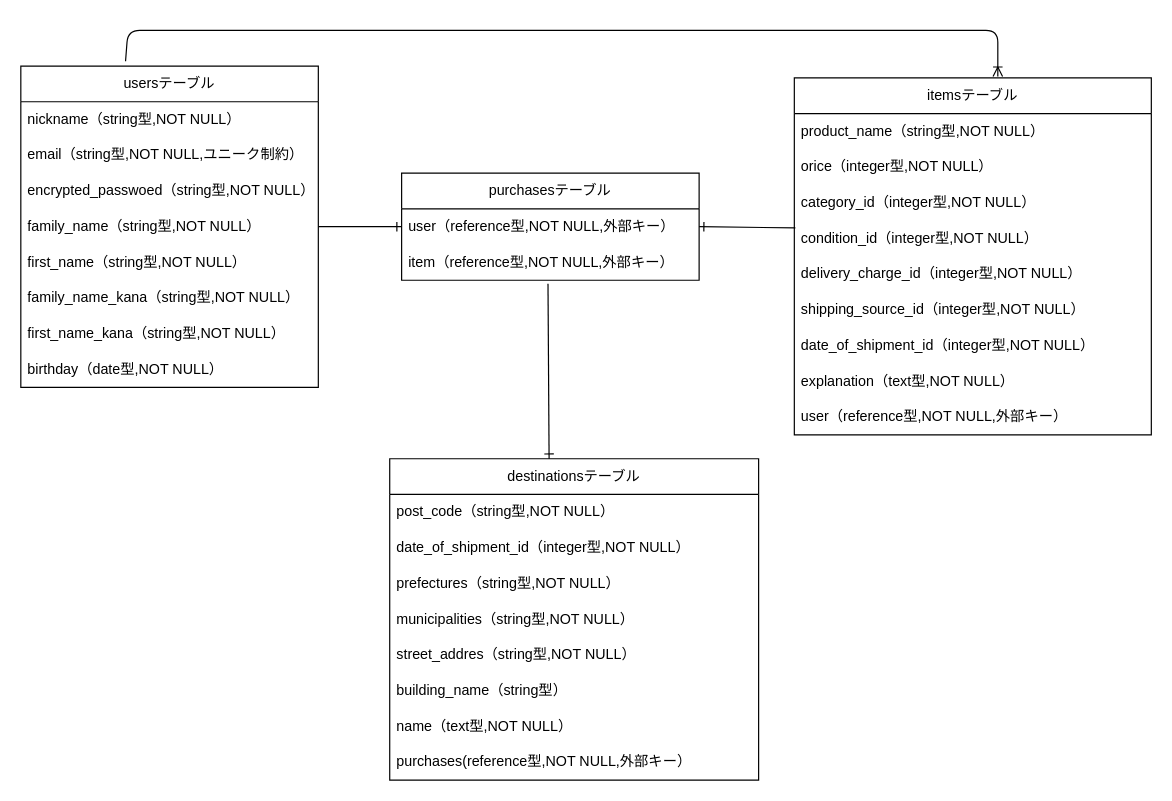
The draw.io diagram test.dio in i-v-mii/furima-40333, before the edit. Source tidied: cells renumbered, new cells numbered last; positions are measured from the earlier drawing's top-left corner, leaving out a move shared by most shapes. Both pictures are drawn from the tidied source at 119%, with x=0, y=0 at pixel (20, 30).
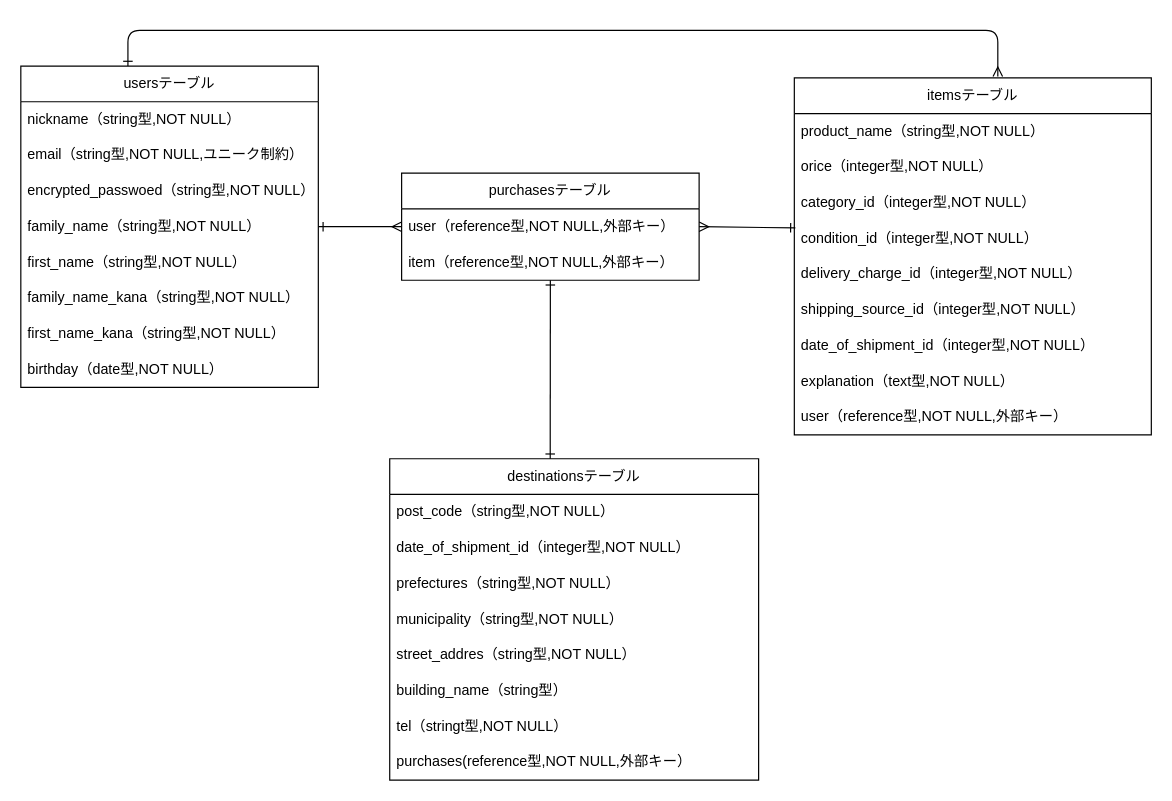
After the change.

Commit message (it also covers changes not shown here):
データベース設計（修正）

The change refers to these unchanged cells:
```xml
<mxCell id="2" value="usersテーブル" style="swimlane;fontStyle=0;horizontal=1;startSize=30;whiteSpace=wrap;html=1;" parent="1" vertex="1">
  <mxGeometry y="30" width="250" height="270" as="geometry" />
</mxCell>
<mxCell id="6" value="family_name（string型,NOT NULL）" style="text;strokeColor=none;fillColor=none;align=left;verticalAlign=middle;spacingLeft=4;spacingRight=4;overflow=hidden;points=[[0,0.5],[1,0.5]];portConstraint=eastwest;whiteSpace=wrap;html=1;" parent="2" vertex="1">
  <mxGeometry y="120" width="250" height="30" as="geometry" />
</mxCell>
<mxCell id="11" value="itemsテーブル" style="swimlane;fontStyle=0;horizontal=1;startSize=30;whiteSpace=wrap;html=1;" parent="1" vertex="1">
  <mxGeometry x="650" y="40" width="300" height="300" as="geometry" />
</mxCell>
<mxCell id="15" value="condition_id（integer型,NOT NULL）" style="text;strokeColor=none;fillColor=none;align=left;verticalAlign=middle;spacingLeft=4;spacingRight=4;overflow=hidden;points=[[0,0.5],[1,0.5]];portConstraint=eastwest;whiteSpace=wrap;html=1;" parent="11" vertex="1">
  <mxGeometry y="120" width="300" height="30" as="geometry" />
</mxCell>
<mxCell id="21" value="destinationsテーブル" style="swimlane;fontStyle=0;horizontal=1;startSize=30;whiteSpace=wrap;html=1;" parent="1" vertex="1">
  <mxGeometry x="310" y="360" width="310" height="270" as="geometry" />
</mxCell>
<mxCell id="32" value="user（reference型,NOT NULL,外部キー）" style="text;strokeColor=none;fillColor=none;align=left;verticalAlign=middle;spacingLeft=4;spacingRight=4;overflow=hidden;points=[[0,0.5],[1,0.5]];portConstraint=eastwest;whiteSpace=wrap;html=1;" parent="31" vertex="1">
  <mxGeometry y="30" width="250" height="30" as="geometry" />
</mxCell>
<mxCell id="33" value="item（reference型,NOT NULL,外部キー）" style="text;strokeColor=none;fillColor=none;align=left;verticalAlign=middle;spacingLeft=4;spacingRight=4;overflow=hidden;points=[[0,0.5],[1,0.5]];portConstraint=eastwest;whiteSpace=wrap;html=1;" parent="31" vertex="1">
  <mxGeometry y="60" width="250" height="30" as="geometry" />
</mxCell>
```

Diff of the diagram source:
```diff
@@
-    <mxCell id="25" value="municipalities（string型,NOT NULL）" style="text;strokeColor=none;fillColor=none;align=left;verticalAlign=middle;spacingLeft=4;spacingRight=4;overflow=hidden;whiteSpace=wrap;html=1;" parent="21" vertex="1">
+    <mxCell id="25" value="municipality（string型,NOT NULL）" style="text;strokeColor=none;fillColor=none;align=left;verticalAlign=middle;spacingLeft=4;spacingRight=4;overflow=hidden;whiteSpace=wrap;html=1;" parent="21" vertex="1">
       <mxGeometry y="120" width="310" height="30" as="geometry" />
     </mxCell>
@@
-    <mxCell id="28" value="name（text型,NOT NULL）" style="text;strokeColor=none;fillColor=none;align=left;verticalAlign=middle;spacingLeft=4;spacingRight=4;overflow=hidden;whiteSpace=wrap;html=1;" parent="21" vertex="1">
+    <mxCell id="28" value="tel（stringt型,NOT NULL）" style="text;strokeColor=none;fillColor=none;align=left;verticalAlign=middle;spacingLeft=4;spacingRight=4;overflow=hidden;whiteSpace=wrap;html=1;" parent="21" vertex="1">
       <mxGeometry y="210" width="310" height="30" as="geometry" />
     </mxCell>
@@
-    <mxCell id="30" style="edgeStyle=none;html=1;endArrow=ERone;endFill=0;exitX=0.492;exitY=1.1;exitDx=0;exitDy=0;exitPerimeter=0;entryX=0.432;entryY=0;entryDx=0;entryDy=0;entryPerimeter=0;" parent="1" edge="1" source="33" target="21">
+    <mxCell id="30" style="edgeStyle=none;html=1;endArrow=ERone;endFill=0;entryX=0.435;entryY=0;entryDx=0;entryDy=0;entryPerimeter=0;startArrow=ERone;startFill=0;" parent="1" edge="1" source="33" target="21">
       <mxGeometry relative="1" as="geometry" />
     </mxCell>
@@
-    <mxCell id="34" style="edgeStyle=none;html=1;endArrow=ERoneToMany;endFill=0;exitX=0.352;exitY=-0.015;exitDx=0;exitDy=0;exitPerimeter=0;entryX=0.57;entryY=-0.004;entryDx=0;entryDy=0;entryPerimeter=0;" parent="1" edge="1" source="2" target="11">
+    <mxCell id="34" style="edgeStyle=none;html=1;endArrow=ERmany;endFill=0;entryX=0.57;entryY=-0.004;entryDx=0;entryDy=0;entryPerimeter=0;startArrow=ERone;startFill=0;" parent="1" edge="1" target="11">
       <mxGeometry relative="1" as="geometry">
+        <mxPoint x="90" y="30" as="sourcePoint" />
         <Array as="points">
           <mxPoint x="90" />
           <mxPoint x="470" />
           <mxPoint x="821" />
         </Array>
       </mxGeometry>
     </mxCell>
-    <mxCell id="35" style="edgeStyle=none;html=1;endArrow=ERone;endFill=0;exitX=0.003;exitY=0.2;exitDx=0;exitDy=0;exitPerimeter=0;entryX=1;entryY=0.5;entryDx=0;entryDy=0;" parent="1" edge="1" source="15" target="32">
+    <mxCell id="35" style="edgeStyle=none;html=1;endArrow=ERmany;endFill=0;exitX=0.003;exitY=0.2;exitDx=0;exitDy=0;exitPerimeter=0;entryX=1;entryY=0.5;entryDx=0;entryDy=0;startArrow=ERone;startFill=0;" parent="1" edge="1" source="15" target="32">
       <mxGeometry relative="1" as="geometry" />
     </mxCell>
@@
-    <mxCell id="37" style="edgeStyle=none;html=1;endArrow=ERone;endFill=0;exitX=1;exitY=0.5;exitDx=0;exitDy=0;entryX=0;entryY=0.5;entryDx=0;entryDy=0;" parent="1" edge="1" source="6" target="32">
-      <mxGeometry relative="1" as="geometry" />
+    <mxCell id="37" style="edgeStyle=none;html=1;endArrow=ERmany;endFill=0;exitX=1;exitY=0.5;exitDx=0;exitDy=0;startArrow=ERone;startFill=0;" parent="1" edge="1" source="6">
+      <mxGeometry relative="1" as="geometry">
+        <mxPoint x="320" y="165" as="targetPoint" />
+      </mxGeometry>
     </mxCell>
```
